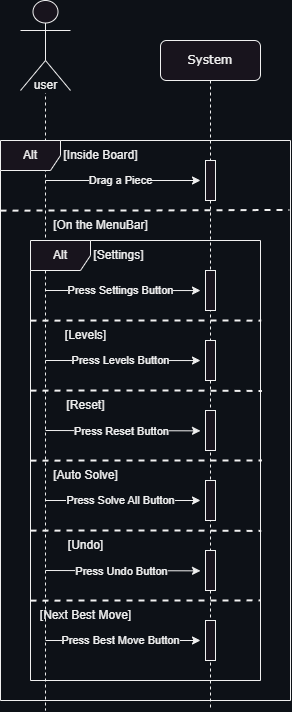
Earlier version of the draw.io export img/Sequence_Diagrams/SD-play_game-dark_theme.png (nickramos94/Klotski). Source tidied: cells renumbered, new cells last; positions are measured from the earlier drawing's top-left corner, leaving out a move shared by most shapes.
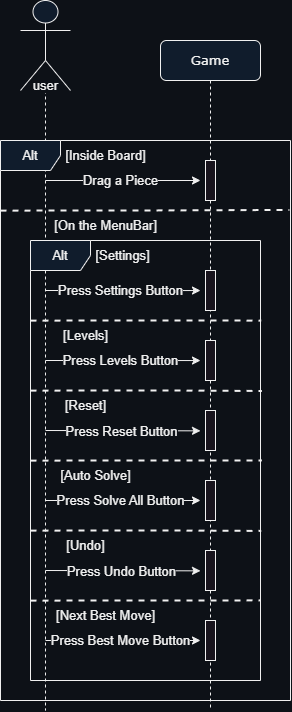
After the commit.

Change to the diagram source:
```diff
@@ -2,27 +2,27 @@
   <root>
     <mxCell id="0" />
     <mxCell id="1" parent="0" />
-    <mxCell id="2" value="System" style="shape=umlLifeline;perimeter=lifelinePerimeter;whiteSpace=wrap;html=1;rounded=1;shadow=0;comic=0;labelBackgroundColor=none;strokeWidth=1;fontFamily=Verdana;fontSize=12;align=center;" parent="1" vertex="1">
+    <mxCell id="2" value="Game" style="shape=umlLifeline;perimeter=lifelinePerimeter;whiteSpace=wrap;html=1;rounded=1;shadow=0;comic=0;labelBackgroundColor=none;strokeWidth=1;fontFamily=Verdana;fontSize=13;align=center;fillColor=#101c2c;" parent="1" vertex="1">
       <mxGeometry x="160" y="40" width="100" height="670" as="geometry" />
     </mxCell>
-    <mxCell id="3" style="html=1;perimeter=orthogonalPerimeter;rounded=0;shadow=0;comic=0;labelBackgroundColor=#0d1117;strokeWidth=1;fontFamily=Verdana;fontSize=12;align=center;" parent="2" vertex="1">
+    <mxCell id="3" style="html=1;perimeter=orthogonalPerimeter;rounded=0;shadow=0;comic=0;labelBackgroundColor=#0d1117;strokeWidth=1;fontFamily=Verdana;fontSize=13;align=center;" parent="2" vertex="1">
       <mxGeometry x="45" y="120" width="10" height="40" as="geometry" />
     </mxCell>
-    <mxCell id="4" style="html=1;perimeter=orthogonalPerimeter;rounded=0;shadow=0;comic=0;labelBackgroundColor=#0d1117;strokeWidth=1;fontFamily=Verdana;fontSize=12;align=center;" parent="2" vertex="1">
+    <mxCell id="4" style="html=1;perimeter=orthogonalPerimeter;rounded=0;shadow=0;comic=0;labelBackgroundColor=#0d1117;strokeWidth=1;fontFamily=Verdana;fontSize=13;align=center;" parent="2" vertex="1">
       <mxGeometry x="45" y="230" width="10" height="40" as="geometry" />
     </mxCell>
-    <mxCell id="5" style="edgeStyle=elbowEdgeStyle;rounded=0;orthogonalLoop=1;jettySize=auto;html=1;elbow=horizontal;curved=0;labelBackgroundColor=#0d1117;" parent="2" edge="1">
+    <mxCell id="5" style="edgeStyle=elbowEdgeStyle;rounded=0;orthogonalLoop=1;jettySize=auto;html=1;elbow=horizontal;curved=0;fontSize=13;labelBackgroundColor=#0d1117;" parent="2" edge="1">
       <mxGeometry relative="1" as="geometry">
         <mxPoint x="-115" y="250" as="sourcePoint" />
         <mxPoint x="40" y="250.1" as="targetPoint" />
       </mxGeometry>
     </mxCell>
-    <mxCell id="6" value="Press Settings Button" style="edgeLabel;html=1;align=center;verticalAlign=middle;labelBackgroundColor=#0d1117;" parent="5" vertex="1">
+    <mxCell id="6" value="Press Settings Button" style="edgeLabel;html=1;align=center;verticalAlign=middle;fontSize=13;labelBackgroundColor=#0d1117;" parent="5" vertex="1">
       <mxGeometry x="0.2" relative="1" as="geometry">
         <mxPoint x="-18" as="offset" />
       </mxGeometry>
     </mxCell>
-    <mxCell id="7" style="endArrow=none;dashed=1;html=1;strokeWidth=2;rounded=0;exitX=0;exitY=0.219;exitDx=0;exitDy=0;exitPerimeter=0;entryX=1.006;entryY=0.342;entryDx=0;entryDy=0;entryPerimeter=0;labelBackgroundColor=#0d1117;" parent="2" edge="1" target="34">
+    <mxCell id="7" style="endArrow=none;dashed=1;html=1;strokeWidth=2;rounded=0;exitX=0;exitY=0.219;exitDx=0;exitDy=0;exitPerimeter=0;entryX=1.006;entryY=0.342;entryDx=0;entryDy=0;entryPerimeter=0;fontSize=13;labelBackgroundColor=#0d1117;" parent="2" edge="1" target="34">
       <mxGeometry relative="1" as="geometry">
         <mxPoint x="-130" y="350.1" as="sourcePoint" />
         <Array as="points">
@@ -30,24 +30,24 @@
         </Array>
       </mxGeometry>
     </mxCell>
-    <mxCell id="8" value="[Reset]" style="text;html=1;align=center;verticalAlign=middle;strokeColor=none;fillColor=none;labelBackgroundColor=#0d1117;" parent="2" vertex="1">
+    <mxCell id="8" value="[Reset]" style="text;html=1;align=center;verticalAlign=middle;strokeColor=none;fillColor=none;fontSize=13;labelBackgroundColor=#0d1117;" parent="2" vertex="1">
       <mxGeometry x="-105" y="350" width="60" height="30" as="geometry" />
     </mxCell>
-    <mxCell id="9" style="html=1;perimeter=orthogonalPerimeter;rounded=0;shadow=0;comic=0;labelBackgroundColor=#0d1117;strokeWidth=1;fontFamily=Verdana;fontSize=12;align=center;" parent="2" vertex="1">
+    <mxCell id="9" style="html=1;perimeter=orthogonalPerimeter;rounded=0;shadow=0;comic=0;labelBackgroundColor=#0d1117;strokeWidth=1;fontFamily=Verdana;fontSize=13;align=center;" parent="2" vertex="1">
       <mxGeometry x="45" y="370" width="10" height="40" as="geometry" />
     </mxCell>
-    <mxCell id="10" style="edgeStyle=elbowEdgeStyle;rounded=0;orthogonalLoop=1;jettySize=auto;html=1;elbow=vertical;curved=0;labelBackgroundColor=#0d1117;" parent="2" edge="1">
+    <mxCell id="10" style="edgeStyle=elbowEdgeStyle;rounded=0;orthogonalLoop=1;jettySize=auto;html=1;elbow=vertical;curved=0;fontSize=13;labelBackgroundColor=#0d1117;" parent="2" edge="1">
       <mxGeometry relative="1" as="geometry">
         <mxPoint x="-115" y="390" as="sourcePoint" />
         <mxPoint x="40" y="390.1" as="targetPoint" />
       </mxGeometry>
     </mxCell>
-    <mxCell id="11" value="Press Reset Button" style="edgeLabel;html=1;align=center;verticalAlign=middle;labelBackgroundColor=#0d1117;" parent="10" vertex="1">
+    <mxCell id="11" value="Press Reset Button" style="edgeLabel;html=1;align=center;verticalAlign=middle;fontSize=13;labelBackgroundColor=#0d1117;" parent="10" vertex="1">
       <mxGeometry x="0.2" relative="1" as="geometry">
         <mxPoint x="-18" as="offset" />
       </mxGeometry>
     </mxCell>
-    <mxCell id="12" style="endArrow=none;dashed=1;html=1;strokeWidth=2;rounded=0;exitX=0;exitY=0.219;exitDx=0;exitDy=0;exitPerimeter=0;entryX=1.006;entryY=0.5;entryDx=0;entryDy=0;entryPerimeter=0;labelBackgroundColor=#0d1117;" parent="2" edge="1" target="34">
+    <mxCell id="12" style="endArrow=none;dashed=1;html=1;strokeWidth=2;rounded=0;exitX=0;exitY=0.219;exitDx=0;exitDy=0;exitPerimeter=0;entryX=1.006;entryY=0.5;entryDx=0;entryDy=0;entryPerimeter=0;fontSize=13;labelBackgroundColor=#0d1117;" parent="2" edge="1" target="34">
       <mxGeometry relative="1" as="geometry">
         <mxPoint x="-130" y="420.1" as="sourcePoint" />
         <Array as="points">
@@ -55,24 +55,21 @@
         </Array>
       </mxGeometry>
     </mxCell>
-    <mxCell id="13" value="[Auto Solve]" style="text;html=1;align=center;verticalAlign=middle;strokeColor=none;fillColor=none;labelBackgroundColor=#0d1117;" parent="2" vertex="1">
-      <mxGeometry x="-120" y="420" width="90" height="30" as="geometry" />
-    </mxCell>
-    <mxCell id="14" style="html=1;perimeter=orthogonalPerimeter;rounded=0;shadow=0;comic=0;labelBackgroundColor=#0d1117;strokeWidth=1;fontFamily=Verdana;fontSize=12;align=center;" parent="2" vertex="1">
+    <mxCell id="14" style="html=1;perimeter=orthogonalPerimeter;rounded=0;shadow=0;comic=0;labelBackgroundColor=#0d1117;strokeWidth=1;fontFamily=Verdana;fontSize=13;align=center;" parent="2" vertex="1">
       <mxGeometry x="45" y="440" width="10" height="40" as="geometry" />
     </mxCell>
-    <mxCell id="15" style="edgeStyle=elbowEdgeStyle;rounded=0;orthogonalLoop=1;jettySize=auto;html=1;elbow=vertical;curved=0;labelBackgroundColor=#0d1117;" parent="2" edge="1">
+    <mxCell id="15" style="edgeStyle=elbowEdgeStyle;rounded=0;orthogonalLoop=1;jettySize=auto;html=1;elbow=vertical;curved=0;fontSize=13;labelBackgroundColor=#0d1117;" parent="2" edge="1">
       <mxGeometry relative="1" as="geometry">
         <mxPoint x="-115" y="460" as="sourcePoint" />
         <mxPoint x="40" y="460" as="targetPoint" />
       </mxGeometry>
     </mxCell>
-    <mxCell id="16" value="Press Solve All Button" style="edgeLabel;html=1;align=center;verticalAlign=middle;labelBackgroundColor=#0d1117;" parent="15" vertex="1">
+    <mxCell id="16" value="Press Solve All Button" style="edgeLabel;html=1;align=center;verticalAlign=middle;fontSize=13;labelBackgroundColor=#0d1117;" parent="15" vertex="1">
       <mxGeometry x="0.2" relative="1" as="geometry">
         <mxPoint x="-18" as="offset" />
       </mxGeometry>
     </mxCell>
-    <mxCell id="17" style="endArrow=none;dashed=1;html=1;strokeWidth=2;rounded=0;exitX=0;exitY=0.219;exitDx=0;exitDy=0;exitPerimeter=0;entryX=1.003;entryY=0.66;entryDx=0;entryDy=0;entryPerimeter=0;labelBackgroundColor=#0d1117;" parent="2" edge="1" target="34">
+    <mxCell id="17" style="endArrow=none;dashed=1;html=1;strokeWidth=2;rounded=0;exitX=0;exitY=0.219;exitDx=0;exitDy=0;exitPerimeter=0;entryX=1.003;entryY=0.66;entryDx=0;entryDy=0;entryPerimeter=0;fontSize=13;labelBackgroundColor=#0d1117;" parent="2" edge="1" target="34">
       <mxGeometry relative="1" as="geometry">
         <mxPoint x="-130" y="490.1" as="sourcePoint" />
         <Array as="points">
@@ -80,24 +77,24 @@
         </Array>
       </mxGeometry>
     </mxCell>
-    <mxCell id="18" value="[Undo]" style="text;html=1;align=center;verticalAlign=middle;strokeColor=none;fillColor=none;labelBackgroundColor=#0d1117;" parent="2" vertex="1">
+    <mxCell id="18" value="[Undo]" style="text;html=1;align=center;verticalAlign=middle;strokeColor=none;fillColor=none;fontSize=13;labelBackgroundColor=#0d1117;" parent="2" vertex="1">
       <mxGeometry x="-105" y="490" width="60" height="30" as="geometry" />
     </mxCell>
-    <mxCell id="19" style="html=1;perimeter=orthogonalPerimeter;rounded=0;shadow=0;comic=0;labelBackgroundColor=#0d1117;strokeWidth=1;fontFamily=Verdana;fontSize=12;align=center;" parent="2" vertex="1">
+    <mxCell id="19" style="html=1;perimeter=orthogonalPerimeter;rounded=0;shadow=0;comic=0;labelBackgroundColor=#0d1117;strokeWidth=1;fontFamily=Verdana;fontSize=13;align=center;" parent="2" vertex="1">
       <mxGeometry x="45" y="510" width="10" height="40" as="geometry" />
     </mxCell>
-    <mxCell id="20" style="edgeStyle=elbowEdgeStyle;rounded=0;orthogonalLoop=1;jettySize=auto;html=1;elbow=vertical;curved=0;labelBackgroundColor=#0d1117;" parent="2" edge="1">
+    <mxCell id="20" style="edgeStyle=elbowEdgeStyle;rounded=0;orthogonalLoop=1;jettySize=auto;html=1;elbow=vertical;curved=0;fontSize=13;labelBackgroundColor=#0d1117;" parent="2" edge="1">
       <mxGeometry relative="1" as="geometry">
         <mxPoint x="-115" y="530" as="sourcePoint" />
         <mxPoint x="40" y="530" as="targetPoint" />
       </mxGeometry>
     </mxCell>
-    <mxCell id="21" value="Press Undo Button" style="edgeLabel;html=1;align=center;verticalAlign=middle;labelBackgroundColor=#0d1117;" parent="20" vertex="1">
+    <mxCell id="21" value="Press Undo Button" style="edgeLabel;html=1;align=center;verticalAlign=middle;fontSize=13;labelBackgroundColor=#0d1117;" parent="20" vertex="1">
       <mxGeometry x="0.2" relative="1" as="geometry">
         <mxPoint x="-18" as="offset" />
       </mxGeometry>
     </mxCell>
-    <mxCell id="22" style="endArrow=none;dashed=1;html=1;strokeWidth=2;rounded=0;exitX=0;exitY=0.219;exitDx=0;exitDy=0;exitPerimeter=0;entryX=1;entryY=0.818;entryDx=0;entryDy=0;entryPerimeter=0;labelBackgroundColor=#0d1117;" parent="2" edge="1" target="34">
+    <mxCell id="22" style="endArrow=none;dashed=1;html=1;strokeWidth=2;rounded=0;exitX=0;exitY=0.219;exitDx=0;exitDy=0;exitPerimeter=0;entryX=1;entryY=0.818;entryDx=0;entryDy=0;entryPerimeter=0;fontSize=13;labelBackgroundColor=#0d1117;" parent="2" edge="1" target="34">
       <mxGeometry relative="1" as="geometry">
         <mxPoint x="-130" y="560.1" as="sourcePoint" />
         <Array as="points">
@@ -105,53 +102,50 @@
         </Array>
       </mxGeometry>
     </mxCell>
-    <mxCell id="23" value="[Next Best Move]" style="text;html=1;align=center;verticalAlign=middle;strokeColor=none;fillColor=none;labelBackgroundColor=#0d1117;" parent="2" vertex="1">
-      <mxGeometry x="-130" y="560" width="110" height="30" as="geometry" />
-    </mxCell>
-    <mxCell id="24" style="html=1;perimeter=orthogonalPerimeter;rounded=0;shadow=0;comic=0;labelBackgroundColor=#0d1117;strokeWidth=1;fontFamily=Verdana;fontSize=12;align=center;" parent="2" vertex="1">
+    <mxCell id="24" style="html=1;perimeter=orthogonalPerimeter;rounded=0;shadow=0;comic=0;labelBackgroundColor=#0d1117;strokeWidth=1;fontFamily=Verdana;fontSize=13;align=center;" parent="2" vertex="1">
       <mxGeometry x="45" y="580" width="10" height="40" as="geometry" />
     </mxCell>
-    <mxCell id="25" style="edgeStyle=elbowEdgeStyle;rounded=0;orthogonalLoop=1;jettySize=auto;html=1;elbow=vertical;curved=0;labelBackgroundColor=#0d1117;" parent="2" edge="1">
+    <mxCell id="25" style="edgeStyle=elbowEdgeStyle;rounded=0;orthogonalLoop=1;jettySize=auto;html=1;elbow=vertical;curved=0;fontSize=13;labelBackgroundColor=#0d1117;" parent="2" edge="1">
       <mxGeometry relative="1" as="geometry">
         <mxPoint x="-115" y="600" as="sourcePoint" />
         <mxPoint x="40" y="600" as="targetPoint" />
       </mxGeometry>
     </mxCell>
-    <mxCell id="26" value="Press Best Move Button" style="edgeLabel;html=1;align=center;verticalAlign=middle;labelBackgroundColor=#0d1117;" parent="25" vertex="1">
+    <mxCell id="26" value="Press Best Move Button" style="edgeLabel;html=1;align=center;verticalAlign=middle;fontSize=13;labelBackgroundColor=#0d1117;" parent="25" vertex="1">
       <mxGeometry x="0.2" relative="1" as="geometry">
         <mxPoint x="-18" as="offset" />
       </mxGeometry>
     </mxCell>
-    <mxCell id="27" style="shape=umlLifeline;perimeter=lifelinePerimeter;whiteSpace=wrap;html=1;newEdgeStyle={&quot;edgeStyle&quot;:&quot;elbowEdgeStyle&quot;,&quot;elbow&quot;:&quot;vertical&quot;,&quot;curved&quot;:0,&quot;rounded&quot;:0};participant=umlActor;size=90;labelBackgroundColor=#101c2c;" parent="1" vertex="1">
+    <mxCell id="27" style="shape=umlLifeline;perimeter=lifelinePerimeter;whiteSpace=wrap;html=1;newEdgeStyle={&quot;edgeStyle&quot;:&quot;elbowEdgeStyle&quot;,&quot;elbow&quot;:&quot;vertical&quot;,&quot;curved&quot;:0,&quot;rounded&quot;:0};participant=umlActor;size=90;fontSize=13;labelBackgroundColor=#0d1117;fillColor=#101c2c;" parent="1" vertex="1">
       <mxGeometry x="20" width="50" height="710" as="geometry" />
     </mxCell>
-    <mxCell id="28" style="edgeStyle=elbowEdgeStyle;rounded=0;orthogonalLoop=1;jettySize=auto;html=1;elbow=vertical;curved=0;labelBackgroundColor=#0d1117;" parent="1" edge="1">
+    <mxCell id="28" style="edgeStyle=elbowEdgeStyle;rounded=0;orthogonalLoop=1;jettySize=auto;html=1;elbow=vertical;curved=0;fontSize=13;labelBackgroundColor=#0d1117;" parent="1" edge="1">
       <mxGeometry relative="1" as="geometry">
         <mxPoint x="45" y="180" as="sourcePoint" />
         <mxPoint x="200" y="180.1" as="targetPoint" />
       </mxGeometry>
     </mxCell>
-    <mxCell id="29" value="Drag a Piece" style="edgeLabel;html=1;align=center;verticalAlign=middle;labelBackgroundColor=#0d1117;" parent="28" vertex="1">
+    <mxCell id="29" value="Drag a Piece" style="edgeLabel;html=1;align=center;verticalAlign=middle;fontSize=13;labelBackgroundColor=#0d1117;" parent="28" vertex="1">
       <mxGeometry x="0.2" relative="1" as="geometry">
         <mxPoint x="-18" as="offset" />
       </mxGeometry>
     </mxCell>
-    <mxCell id="30" value="Alt" style="shape=umlFrame;whiteSpace=wrap;html=1;labelBackgroundColor=none;" parent="1" vertex="1">
+    <mxCell id="30" value="Alt" style="shape=umlFrame;whiteSpace=wrap;html=1;fontSize=13;labelBackgroundColor=none;fillColor=#101c2c;" parent="1" vertex="1">
       <mxGeometry y="140" width="290" height="560" as="geometry" />
     </mxCell>
-    <mxCell id="31" value="user" style="text;html=1;align=center;verticalAlign=middle;strokeColor=none;fillColor=none;labelBackgroundColor=#0d1117;" parent="1" vertex="1">
+    <mxCell id="31" value="user" style="text;html=1;align=center;verticalAlign=middle;strokeColor=none;fillColor=none;fontSize=13;labelBackgroundColor=#0d1117;" parent="1" vertex="1">
       <mxGeometry x="20" y="70" width="50" height="30" as="geometry" />
     </mxCell>
-    <mxCell id="32" value="[Inside Board]" style="text;html=1;align=center;verticalAlign=middle;strokeColor=none;fillColor=none;labelBackgroundColor=#0d1117;" parent="1" vertex="1">
-      <mxGeometry x="50" y="140" width="100" height="30" as="geometry" />
+    <mxCell id="32" value="[Inside Board]" style="text;html=1;align=center;verticalAlign=middle;strokeColor=none;fillColor=none;fontSize=13;labelBackgroundColor=#0d1117;" parent="1" vertex="1">
+      <mxGeometry x="55" y="140" width="100" height="30" as="geometry" />
     </mxCell>
-    <mxCell id="33" value="[On the MenuBar]" style="text;html=1;align=center;verticalAlign=middle;strokeColor=none;fillColor=none;labelBackgroundColor=#0d1117;" parent="1" vertex="1">
-      <mxGeometry x="40" y="210" width="120" height="30" as="geometry" />
+    <mxCell id="33" value="[On the MenuBar]" style="text;html=1;align=center;verticalAlign=middle;strokeColor=none;fillColor=none;fontSize=13;labelBackgroundColor=#0d1117;" parent="1" vertex="1">
+      <mxGeometry x="40" y="210" width="130" height="30" as="geometry" />
     </mxCell>
-    <mxCell id="34" value="Alt" style="shape=umlFrame;whiteSpace=wrap;html=1;labelBackgroundColor=none;" parent="1" vertex="1">
+    <mxCell id="34" value="Alt" style="shape=umlFrame;whiteSpace=wrap;html=1;fontSize=13;labelBackgroundColor=none;fillColor=#101c2c;" parent="1" vertex="1">
       <mxGeometry x="30" y="240" width="230" height="440" as="geometry" />
     </mxCell>
-    <mxCell id="35" style="endArrow=none;dashed=1;html=1;strokeWidth=2;rounded=0;exitX=0;exitY=0.219;exitDx=0;exitDy=0;exitPerimeter=0;entryX=1.003;entryY=0.182;entryDx=0;entryDy=0;entryPerimeter=0;labelBackgroundColor=#0d1117;" parent="1" edge="1" target="34">
+    <mxCell id="35" style="endArrow=none;dashed=1;html=1;strokeWidth=2;rounded=0;exitX=0;exitY=0.219;exitDx=0;exitDy=0;exitPerimeter=0;entryX=1.003;entryY=0.182;entryDx=0;entryDy=0;entryPerimeter=0;fontSize=13;labelBackgroundColor=#0d1117;" parent="1" edge="1" target="34">
       <mxGeometry relative="1" as="geometry">
         <mxPoint x="30" y="320.1" as="sourcePoint" />
         <Array as="points">
@@ -159,27 +153,27 @@
         </Array>
       </mxGeometry>
     </mxCell>
-    <mxCell id="36" value="[Settings]" style="text;html=1;align=center;verticalAlign=middle;strokeColor=none;fillColor=none;labelBackgroundColor=#0d1117;" parent="1" vertex="1">
-      <mxGeometry x="83" y="240" width="70" height="30" as="geometry" />
+    <mxCell id="36" value="[Settings]" style="text;html=1;align=center;verticalAlign=middle;strokeColor=none;fillColor=none;fontSize=13;labelBackgroundColor=#0d1117;" parent="1" vertex="1">
+      <mxGeometry x="82" y="240" width="80" height="30" as="geometry" />
     </mxCell>
-    <mxCell id="37" value="[Levels]" style="text;html=1;align=center;verticalAlign=middle;strokeColor=none;fillColor=none;labelBackgroundColor=#0d1117;" parent="1" vertex="1">
-      <mxGeometry x="55" y="320" width="60" height="30" as="geometry" />
+    <mxCell id="37" value="[Levels]" style="text;html=1;align=center;verticalAlign=middle;strokeColor=none;fillColor=none;fontSize=13;labelBackgroundColor=#0d1117;" parent="1" vertex="1">
+      <mxGeometry x="50" y="320" width="70" height="30" as="geometry" />
     </mxCell>
-    <mxCell id="38" style="html=1;perimeter=orthogonalPerimeter;rounded=0;shadow=0;comic=0;labelBackgroundColor=#0d1117;strokeWidth=1;fontFamily=Verdana;fontSize=12;align=center;" parent="1" vertex="1">
+    <mxCell id="38" style="html=1;perimeter=orthogonalPerimeter;rounded=0;shadow=0;comic=0;labelBackgroundColor=#0d1117;strokeWidth=1;fontFamily=Verdana;fontSize=13;align=center;" parent="1" vertex="1">
       <mxGeometry x="205" y="340" width="10" height="40" as="geometry" />
     </mxCell>
-    <mxCell id="39" style="edgeStyle=elbowEdgeStyle;rounded=0;orthogonalLoop=1;jettySize=auto;html=1;elbow=horizontal;curved=0;labelBackgroundColor=#0d1117;" parent="1" edge="1">
+    <mxCell id="39" style="edgeStyle=elbowEdgeStyle;rounded=0;orthogonalLoop=1;jettySize=auto;html=1;elbow=horizontal;curved=0;fontSize=13;labelBackgroundColor=#0d1117;" parent="1" edge="1">
       <mxGeometry relative="1" as="geometry">
         <mxPoint x="45" y="360" as="sourcePoint" />
         <mxPoint x="200" y="360.1" as="targetPoint" />
       </mxGeometry>
     </mxCell>
-    <mxCell id="40" value="Press Levels Button" style="edgeLabel;html=1;align=center;verticalAlign=middle;labelBackgroundColor=#0d1117;" parent="39" vertex="1">
+    <mxCell id="40" value="Press Levels Button" style="edgeLabel;html=1;align=center;verticalAlign=middle;fontSize=13;labelBackgroundColor=#0d1117;" parent="39" vertex="1">
       <mxGeometry x="0.2" relative="1" as="geometry">
         <mxPoint x="-18" as="offset" />
       </mxGeometry>
     </mxCell>
-    <mxCell id="41" style="endArrow=none;dashed=1;html=1;strokeWidth=2;rounded=0;exitX=0;exitY=0.219;exitDx=0;exitDy=0;exitPerimeter=0;entryX=0.996;entryY=0.124;entryDx=0;entryDy=0;entryPerimeter=0;labelBackgroundColor=#0d1117;" parent="1" edge="1" target="30">
+    <mxCell id="41" style="endArrow=none;dashed=1;html=1;strokeWidth=2;rounded=0;exitX=0;exitY=0.219;exitDx=0;exitDy=0;exitPerimeter=0;entryX=0.996;entryY=0.124;entryDx=0;entryDy=0;entryPerimeter=0;fontSize=13;labelBackgroundColor=#0d1117;" parent="1" edge="1" target="30">
       <mxGeometry relative="1" as="geometry">
         <mxPoint y="210.1" as="sourcePoint" />
         <Array as="points">
@@ -187,5 +181,11 @@
         </Array>
       </mxGeometry>
     </mxCell>
+    <mxCell id="23" value="[Next Best Move]" style="text;html=1;align=center;verticalAlign=middle;strokeColor=none;fillColor=none;fontSize=13;labelBackgroundColor=#0d1117;" parent="1" vertex="1">
+      <mxGeometry x="45" y="600" width="120" height="30" as="geometry" />
+    </mxCell>
+    <mxCell id="13" value="[Auto Solve]" style="text;html=1;align=center;verticalAlign=middle;strokeColor=none;fillColor=none;fontSize=13;labelBackgroundColor=#0d1117;" parent="1" vertex="1">
+      <mxGeometry x="50" y="460" width="90" height="30" as="geometry" />
+    </mxCell>
   </root>
 </mxGraphModel>
```
